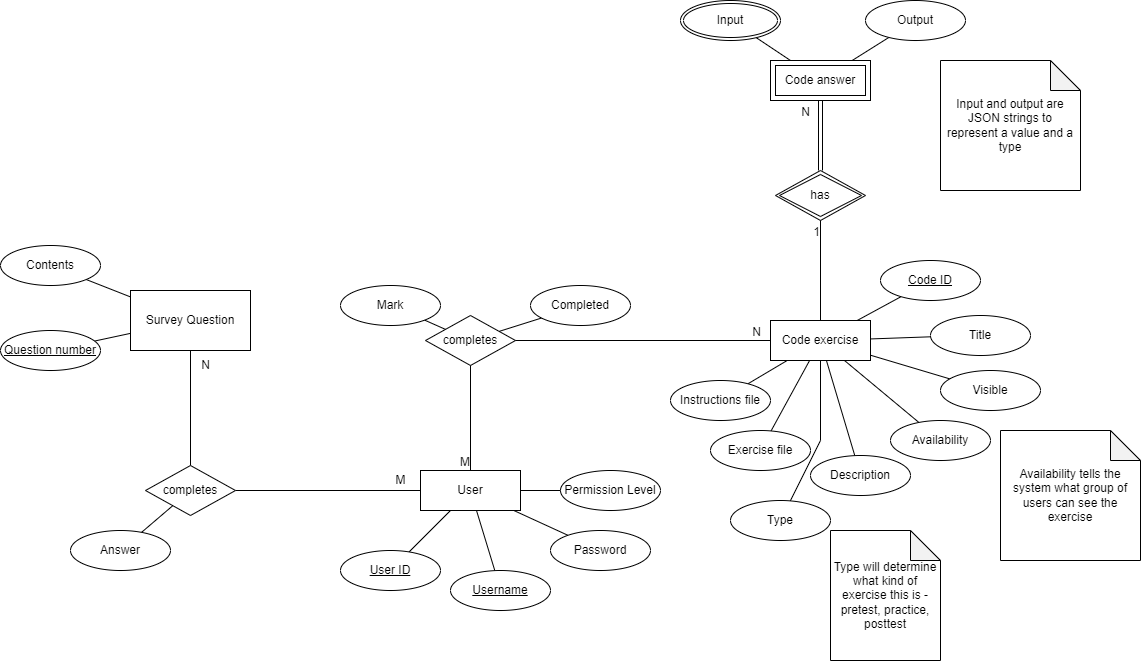
This is design/ERD.png from otto2048/honours-project, a draw.io export, as it was before one commit. Source tidied: cells renumbered, new cells last; positions are measured from the earlier drawing's top-left corner, leaving out a move shared by most shapes.
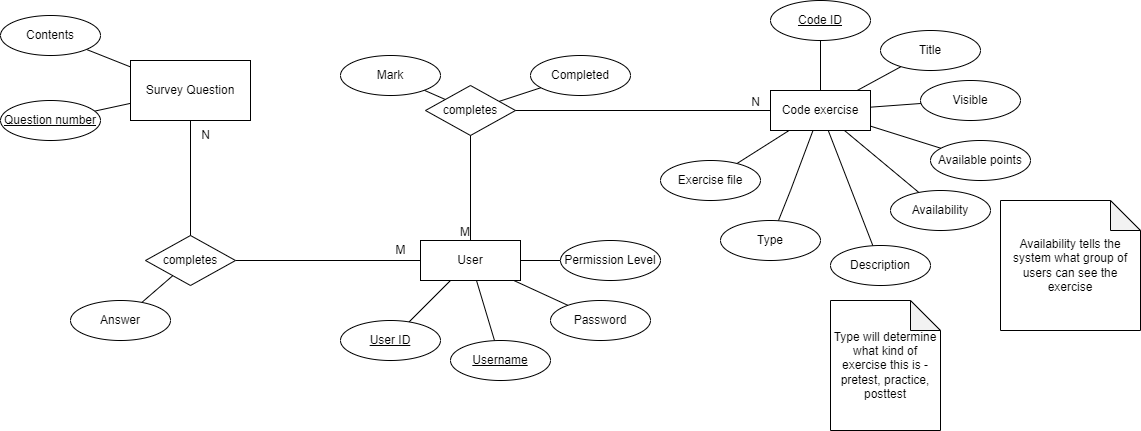
The same file after the commit.

Commit message:
Modify model and controller files for available points field

The edit, as a diff of the source:
```diff
@@ -14,7 +14,7 @@
     <mxCell id="5" style="rounded=0;jettySize=auto;html=1;endArrow=none;endFill=0;" parent="1" edge="1" source="2" target="12">
       <mxGeometry relative="1" as="geometry">
         <Array as="points">
-          <mxPoint x="820" y="440" />
+          <mxPoint x="790" y="420" />
         </Array>
       </mxGeometry>
     </mxCell>
@@ -41,7 +41,7 @@
       </mxGeometry>
     </mxCell>
     <mxCell id="12" value="Type" style="ellipse;whiteSpace=wrap;html=1;align=center;" parent="1" vertex="1">
-      <mxGeometry x="730" y="500" width="100" height="40" as="geometry" />
+      <mxGeometry x="720" y="450" width="100" height="40" as="geometry" />
     </mxCell>
     <mxCell id="13" value="Mark" style="ellipse;whiteSpace=wrap;html=1;align=center;" parent="1" vertex="1">
       <mxGeometry x="340" y="285" width="100" height="40" as="geometry" />
@@ -68,66 +68,29 @@
       <mxGeometry relative="1" as="geometry" />
     </mxCell>
     <mxCell id="21" value="&lt;u&gt;Code ID&lt;/u&gt;" style="ellipse;whiteSpace=wrap;html=1;align=center;" parent="1" vertex="1">
-      <mxGeometry x="880" y="260" width="100" height="40" as="geometry" />
+      <mxGeometry x="770" y="230" width="100" height="40" as="geometry" />
     </mxCell>
     <mxCell id="22" style="rounded=0;jettySize=auto;html=1;endArrow=none;endFill=0;" parent="1" edge="1" source="23" target="2">
       <mxGeometry relative="1" as="geometry" />
     </mxCell>
     <mxCell id="23" value="Title" style="ellipse;whiteSpace=wrap;html=1;align=center;" parent="1" vertex="1">
-      <mxGeometry x="930" y="315" width="100" height="40" as="geometry" />
+      <mxGeometry x="880" y="260" width="100" height="40" as="geometry" />
     </mxCell>
     <mxCell id="24" style="rounded=0;jettySize=auto;html=1;endArrow=none;endFill=0;" parent="1" edge="1" source="25" target="2">
       <mxGeometry relative="1" as="geometry" />
     </mxCell>
     <mxCell id="25" value="Description" style="ellipse;whiteSpace=wrap;html=1;align=center;" parent="1" vertex="1">
-      <mxGeometry x="810" y="455" width="100" height="40" as="geometry" />
+      <mxGeometry x="830" y="475" width="100" height="40" as="geometry" />
     </mxCell>
     <mxCell id="26" style="rounded=0;jettySize=auto;html=1;endArrow=none;endFill=0;" parent="1" edge="1" source="27" target="2">
       <mxGeometry relative="1" as="geometry" />
     </mxCell>
     <mxCell id="27" value="Exercise file" style="ellipse;whiteSpace=wrap;html=1;align=center;" parent="1" vertex="1">
-      <mxGeometry x="710" y="430" width="100" height="40" as="geometry" />
+      <mxGeometry x="660" y="390" width="100" height="40" as="geometry" />
     </mxCell>
-    <mxCell id="28" style="rounded=0;jettySize=auto;html=1;endArrow=none;endFill=0;" parent="1" edge="1" source="29" target="2">
-      <mxGeometry relative="1" as="geometry" />
-    </mxCell>
-    <mxCell id="29" value="Instructions file" style="ellipse;whiteSpace=wrap;html=1;align=center;" parent="1" vertex="1">
-      <mxGeometry x="670" y="380" width="100" height="40" as="geometry" />
-    </mxCell>
     <mxCell id="30" value="Type will determine what kind of exercise this is - pretest, practice, posttest" style="shape=note;whiteSpace=wrap;html=1;backgroundOutline=1;darkOpacity=0.05;" parent="1" vertex="1">
       <mxGeometry x="830" y="530" width="110" height="130" as="geometry" />
     </mxCell>
-    <mxCell id="31" value="Code answer" style="shape=ext;margin=3;double=1;whiteSpace=wrap;html=1;align=center;" parent="1" vertex="1">
-      <mxGeometry x="770" y="60" width="100" height="40" as="geometry" />
-    </mxCell>
-    <mxCell id="32" value="has" style="shape=rhombus;double=1;perimeter=rhombusPerimeter;whiteSpace=wrap;html=1;align=center;" parent="1" vertex="1">
-      <mxGeometry x="775" y="170" width="90" height="50" as="geometry" />
-    </mxCell>
-    <mxCell id="33" style="endArrow=none;html=1;rounded=0;" parent="1" edge="1" source="2" target="32">
-      <mxGeometry relative="1" as="geometry" />
-    </mxCell>
-    <mxCell id="34" value="1" style="html=1;align=right;verticalAlign=bottom;" parent="33" vertex="1">
-      <mxGeometry x="1" relative="1" as="geometry">
-        <mxPoint y="20" as="offset" />
-      </mxGeometry>
-    </mxCell>
-    <mxCell id="35" style="shape=link;html=1;rounded=0;endArrow=none;endFill=0;" parent="1" edge="1" source="32" target="31">
-      <mxGeometry relative="1" as="geometry" />
-    </mxCell>
-    <mxCell id="36" value="N" style="html=1;align=right;verticalAlign=bottom;" parent="35" vertex="1">
-      <mxGeometry x="1" relative="1" as="geometry">
-        <mxPoint x="-10" y="20" as="offset" />
-      </mxGeometry>
-    </mxCell>
-    <mxCell id="37" style="rounded=0;jettySize=auto;html=1;endArrow=none;endFill=0;" parent="1" edge="1" source="38" target="31">
-      <mxGeometry relative="1" as="geometry" />
-    </mxCell>
-    <mxCell id="38" value="Output" style="ellipse;whiteSpace=wrap;html=1;align=center;" parent="1" vertex="1">
-      <mxGeometry x="865" width="100" height="40" as="geometry" />
-    </mxCell>
-    <mxCell id="39" value="Input and output are JSON strings to represent a value and a type" style="shape=note;whiteSpace=wrap;html=1;backgroundOutline=1;darkOpacity=0.05;" parent="1" vertex="1">
-      <mxGeometry x="940" y="60" width="140" height="130" as="geometry" />
-    </mxCell>
     <mxCell id="40" style="rounded=0;jettySize=auto;html=1;endArrow=none;endFill=0;" parent="1" edge="1" source="41" target="4">
       <mxGeometry relative="1" as="geometry" />
     </mxCell>
@@ -144,7 +107,7 @@
       <mxGeometry relative="1" as="geometry" />
     </mxCell>
     <mxCell id="45" value="Visible" style="ellipse;whiteSpace=wrap;html=1;align=center;" parent="1" vertex="1">
-      <mxGeometry x="940" y="370" width="100" height="40" as="geometry" />
+      <mxGeometry x="920" y="310" width="100" height="40" as="geometry" />
     </mxCell>
     <mxCell id="46" style="rounded=0;jettySize=auto;html=1;endArrow=none;endFill=0;" parent="1" edge="1" source="47" target="2">
       <mxGeometry relative="1" as="geometry" />
@@ -155,12 +118,6 @@
     <mxCell id="48" value="Availability tells the system what group of users can see the exercise" style="shape=note;whiteSpace=wrap;html=1;backgroundOutline=1;darkOpacity=0.05;" parent="1" vertex="1">
       <mxGeometry x="1000" y="430" width="140" height="130" as="geometry" />
     </mxCell>
-    <mxCell id="49" style="rounded=0;jettySize=auto;html=1;endArrow=none;endFill=0;" parent="1" edge="1" source="50" target="31">
-      <mxGeometry relative="1" as="geometry" />
-    </mxCell>
-    <mxCell id="50" value="Input" style="ellipse;shape=doubleEllipse;margin=3;whiteSpace=wrap;html=1;align=center;fillStyle=auto;" parent="1" vertex="1">
-      <mxGeometry x="680" width="100" height="40" as="geometry" />
-    </mxCell>
     <mxCell id="51" value="Survey Question" style="rounded=0;whiteSpace=wrap;html=1;" parent="1" vertex="1">
       <mxGeometry x="130" y="290" width="120" height="60" as="geometry" />
     </mxCell>
@@ -194,5 +151,11 @@
     <mxCell id="61" value="N" style="text;html=1;align=center;verticalAlign=middle;strokeColor=none;fillColor=none;" parent="1" vertex="1">
       <mxGeometry x="190" y="350" width="30" height="30" as="geometry" />
     </mxCell>
+    <mxCell id="62" style="rounded=0;jettySize=auto;html=1;endArrow=none;endFill=0;" parent="1" edge="1" source="63" target="2">
+      <mxGeometry relative="1" as="geometry" />
+    </mxCell>
+    <mxCell id="63" value="Available points" style="ellipse;whiteSpace=wrap;html=1;align=center;" parent="1" vertex="1">
+      <mxGeometry x="930" y="370" width="100" height="40" as="geometry" />
+    </mxCell>
   </root>
 </mxGraphModel>
```
